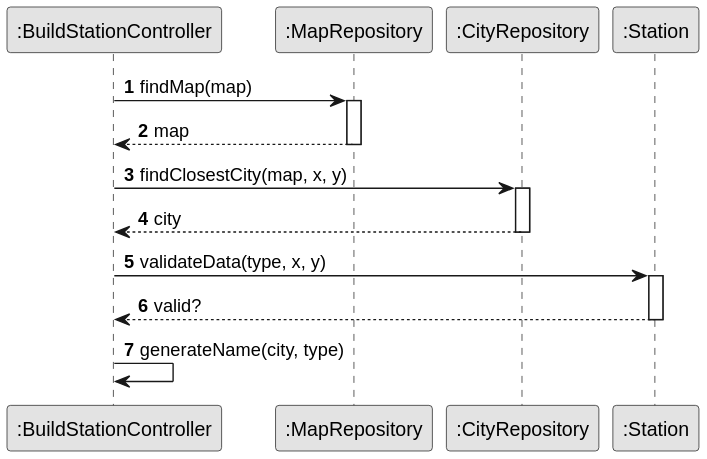
Before: docs/system-documentation/US005/03.design/svg/US005-SD-validateAndName.svg, a diagram exported from PlantUML (goncalolopesp/sem2-pi-24.25-g093-repo). Its diagram source:
```plantuml
@startuml
skinparam monochrome true
skinparam packageStyle rectangle
skinparam shadowing false
autonumber

participant ":BuildStationController" as BuildController
participant ":MapRepository" as MapRepo
participant ":CityRepository" as CityRepo
participant ":Station" as Station

BuildController -> MapRepo: findMap(map)
activate MapRepo
MapRepo --> BuildController: map
deactivate MapRepo

BuildController -> CityRepo: findClosestCity(map, x, y)
activate CityRepo
CityRepo --> BuildController: city
deactivate CityRepo

BuildController -> Station: validateData(type, x, y)
activate Station
Station --> BuildController: valid?
deactivate Station

BuildController -> BuildController: generateName(city, type)
@enduml
```
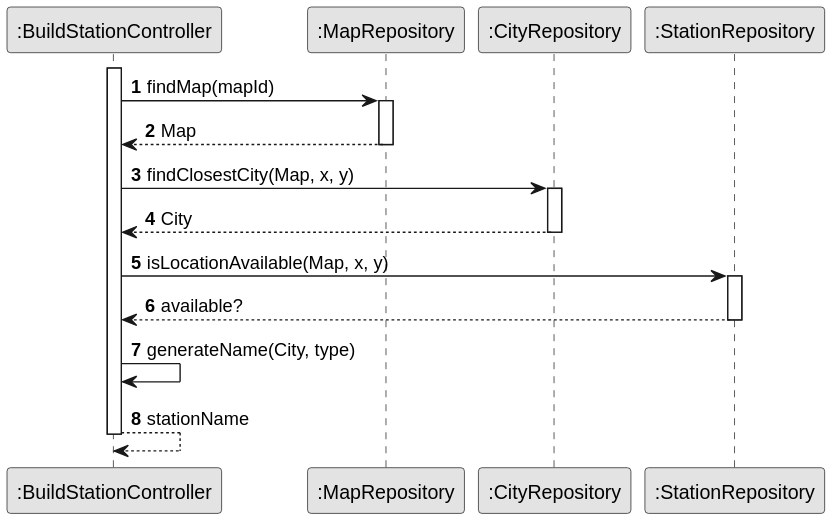
After the commit.

Change to the diagram source:
```diff
@@ -7,22 +7,27 @@
 participant ":BuildStationController" as BuildController
 participant ":MapRepository" as MapRepo
 participant ":CityRepository" as CityRepo
-participant ":Station" as Station
+participant ":StationRepository" as StationRepo
 
-BuildController -> MapRepo: findMap(map)
+activate BuildController
+
+BuildController -> MapRepo: findMap(mapId)
 activate MapRepo
-MapRepo --> BuildController: map
+MapRepo --> BuildController: Map
 deactivate MapRepo
 
-BuildController -> CityRepo: findClosestCity(map, x, y)
+BuildController -> CityRepo: findClosestCity(Map, x, y)
 activate CityRepo
-CityRepo --> BuildController: city
+CityRepo --> BuildController: City
 deactivate CityRepo
 
-BuildController -> Station: validateData(type, x, y)
-activate Station
-Station --> BuildController: valid?
-deactivate Station
+BuildController -> StationRepo: isLocationAvailable(Map, x, y)
+activate StationRepo
+StationRepo --> BuildController: available?
+deactivate StationRepo
 
-BuildController -> BuildController: generateName(city, type)
+BuildController -> BuildController: generateName(City, type)
+BuildController --> BuildController: stationName
+
+deactivate BuildController
 @enduml
```
